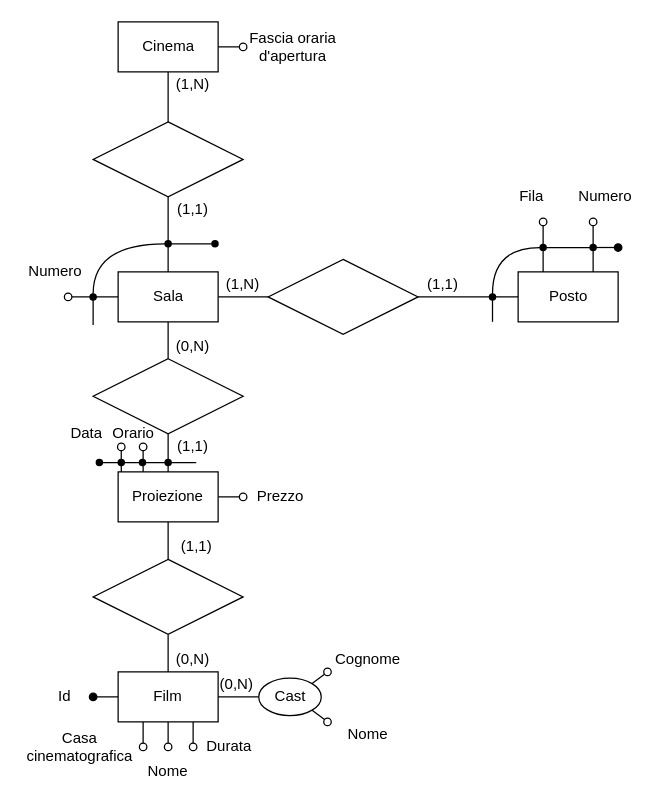
The draw.io diagram docs/media/er_diagrams/er-diagram_4.drawio in buracchi/cinema-management-system, before the edit. Source tidied: cells renumbered, new cells numbered last; positions are measured from the earlier drawing's top-left corner, leaving out a move shared by most shapes. Both pictures are drawn from the tidied source at 125%, with x=0, y=0 at pixel (20, 21).
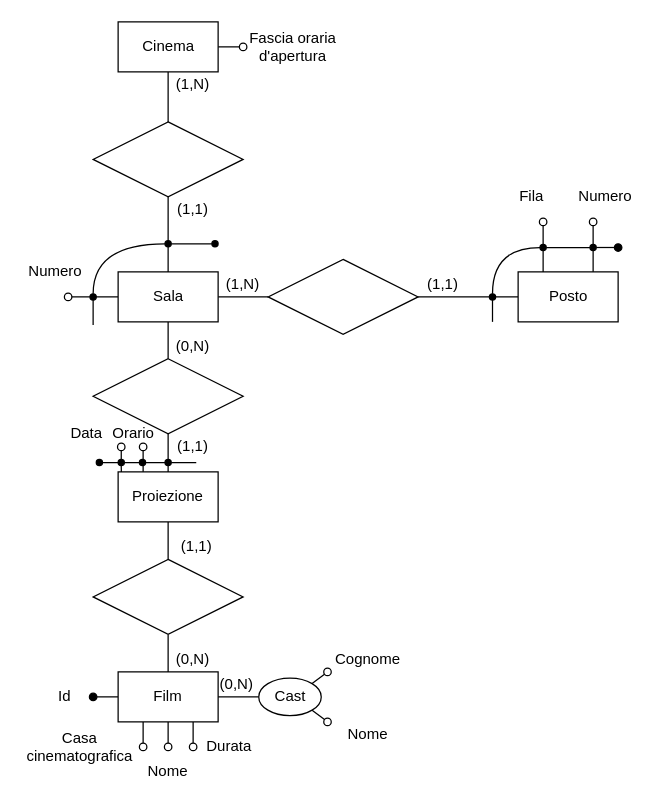
After the change.

Unchanged cells that the change refers to:
```xml
<mxCell id="26" value="Proiezione" style="whiteSpace=wrap;html=1;sketch=0;" parent="1" vertex="1">
  <mxGeometry x="78" y="360" width="80" height="40" as="geometry" />
</mxCell>
```

The edit, as a diff of the source:
```diff
@@
-    <mxCell id="17" value="Prezzo" style="text;html=1;strokeColor=none;fillColor=none;align=center;verticalAlign=middle;whiteSpace=wrap;sketch=0;" parent="1" vertex="1">
-      <mxGeometry x="188" y="370" width="40" height="20" as="geometry" />
-    </mxCell>
@@
-    <mxCell id="24" style="edgeStyle=orthogonalEdgeStyle;rounded=0;jettySize=auto;html=1;exitX=1;exitY=0.5;exitDx=0;exitDy=0;endArrow=oval;endFill=0;" parent="1" edge="1" source="26">
-      <mxGeometry relative="1" as="geometry">
-        <mxPoint x="178" y="380" as="targetPoint" />
-      </mxGeometry>
-    </mxCell>
```
